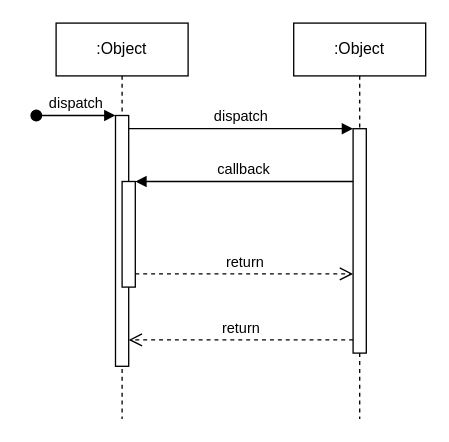
The draw.io diagram 时序图.drawio in geekxcan/Living-Story, before the edit. Source tidied: cells renumbered, new cells numbered last; positions are measured from the earlier drawing's top-left corner, leaving out a move shared by most shapes. Both pictures are drawn from the tidied source at 132%, with x=0, y=0 at pixel (36, 22).
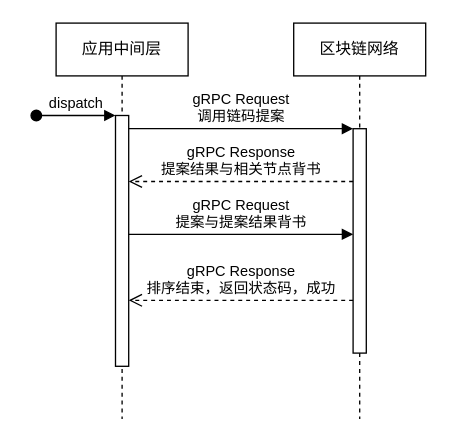
After the change.

Commit message:
更新时序图.drawio

Diff of the diagram source:
```diff
@@
 <mxGraphModel>
   <root>
     <mxCell id="0" />
     <mxCell id="1" parent="0" />
-    <mxCell id="2" value=":Object" style="shape=umlLifeline;perimeter=lifelinePerimeter;whiteSpace=wrap;html=1;newEdgeStyle={&quot;edgeStyle&quot;:&quot;elbowEdgeStyle&quot;,&quot;elbow&quot;:&quot;vertical&quot;,&quot;curved&quot;:0,&quot;rounded&quot;:0};" parent="1" vertex="1">
+    <mxCell id="2" value="应用中间层" style="shape=umlLifeline;perimeter=lifelinePerimeter;whiteSpace=wrap;html=1;newEdgeStyle={&quot;edgeStyle&quot;:&quot;elbowEdgeStyle&quot;,&quot;elbow&quot;:&quot;vertical&quot;,&quot;curved&quot;:0,&quot;rounded&quot;:0};" parent="1" vertex="1">
       <mxGeometry x="15" width="100" height="300" as="geometry" />
     </mxCell>
     <mxCell id="3" style="html=1;points=[];perimeter=orthogonalPerimeter;outlineConnect=0;targetShapes=umlLifeline;portConstraint=eastwest;newEdgeStyle={&quot;edgeStyle&quot;:&quot;elbowEdgeStyle&quot;,&quot;elbow&quot;:&quot;vertical&quot;,&quot;curved&quot;:0,&quot;rounded&quot;:0};" parent="2" vertex="1">
       <mxGeometry x="45" y="70" width="10" height="190" as="geometry" />
     </mxCell>
     <mxCell id="4" value="dispatch" style="html=1;verticalAlign=bottom;startArrow=oval;endArrow=block;startSize=8;edgeStyle=elbowEdgeStyle;elbow=vertical;curved=0;rounded=0;" parent="2" edge="1" target="3">
       <mxGeometry relative="1" as="geometry">
         <mxPoint x="-15" y="70" as="sourcePoint" />
       </mxGeometry>
     </mxCell>
-    <mxCell id="5" style="html=1;points=[];perimeter=orthogonalPerimeter;outlineConnect=0;targetShapes=umlLifeline;portConstraint=eastwest;newEdgeStyle={&quot;edgeStyle&quot;:&quot;elbowEdgeStyle&quot;,&quot;elbow&quot;:&quot;vertical&quot;,&quot;curved&quot;:0,&quot;rounded&quot;:0};" parent="2" vertex="1">
-      <mxGeometry x="50" y="120" width="10" height="80" as="geometry" />
-    </mxCell>
-    <mxCell id="6" value=":Object" style="shape=umlLifeline;perimeter=lifelinePerimeter;whiteSpace=wrap;html=1;newEdgeStyle={&quot;edgeStyle&quot;:&quot;elbowEdgeStyle&quot;,&quot;elbow&quot;:&quot;vertical&quot;,&quot;curved&quot;:0,&quot;rounded&quot;:0};" parent="1" vertex="1">
+    <mxCell id="6" value="区块链网络" style="shape=umlLifeline;perimeter=lifelinePerimeter;whiteSpace=wrap;html=1;newEdgeStyle={&quot;edgeStyle&quot;:&quot;elbowEdgeStyle&quot;,&quot;elbow&quot;:&quot;vertical&quot;,&quot;curved&quot;:0,&quot;rounded&quot;:0};" parent="1" vertex="1">
       <mxGeometry x="195" width="100" height="300" as="geometry" />
     </mxCell>
     <mxCell id="7" style="html=1;points=[];perimeter=orthogonalPerimeter;outlineConnect=0;targetShapes=umlLifeline;portConstraint=eastwest;newEdgeStyle={&quot;edgeStyle&quot;:&quot;elbowEdgeStyle&quot;,&quot;elbow&quot;:&quot;vertical&quot;,&quot;curved&quot;:0,&quot;rounded&quot;:0};" parent="6" vertex="1">
       <mxGeometry x="45" y="80" width="10" height="170" as="geometry" />
     </mxCell>
-    <mxCell id="8" value="dispatch" style="html=1;verticalAlign=bottom;endArrow=block;edgeStyle=elbowEdgeStyle;elbow=vertical;curved=0;rounded=0;" parent="1" edge="1" source="3" target="7">
+    <mxCell id="8" value="gRPC Request&lt;br&gt;调用链码提案" style="html=1;verticalAlign=bottom;endArrow=block;edgeStyle=elbowEdgeStyle;elbow=vertical;curved=0;rounded=0;" parent="1" edge="1" source="3" target="7">
       <mxGeometry relative="1" as="geometry">
         <Array as="points">
           <mxPoint x="155" y="80" />
         </Array>
       </mxGeometry>
     </mxCell>
-    <mxCell id="9" value="return" style="html=1;verticalAlign=bottom;endArrow=open;dashed=1;endSize=8;edgeStyle=elbowEdgeStyle;elbow=vertical;curved=0;rounded=0;" parent="1" edge="1" source="7" target="3">
-      <mxGeometry relative="1" as="geometry">
-        <Array as="points">
-          <mxPoint x="165" y="240" />
-        </Array>
-      </mxGeometry>
-    </mxCell>
-    <mxCell id="10" value="callback" style="html=1;verticalAlign=bottom;endArrow=block;edgeStyle=elbowEdgeStyle;elbow=vertical;curved=0;rounded=0;" parent="1" edge="1" source="7" target="5">
-      <mxGeometry relative="1" as="geometry">
-        <Array as="points">
-          <mxPoint x="165" y="120" />
-        </Array>
-      </mxGeometry>
-    </mxCell>
-    <mxCell id="11" value="return" style="html=1;verticalAlign=bottom;endArrow=open;dashed=1;endSize=8;edgeStyle=elbowEdgeStyle;elbow=vertical;curved=0;rounded=0;" parent="1" edge="1" source="5" target="7">
-      <mxGeometry relative="1" as="geometry">
-        <Array as="points">
-          <mxPoint x="155" y="190" />
-        </Array>
-      </mxGeometry>
-    </mxCell>
+    <mxCell id="12" value="gRPC Response&lt;br&gt;提案结果与相关节点背书" style="html=1;verticalAlign=bottom;endArrow=open;dashed=1;endSize=8;edgeStyle=elbowEdgeStyle;elbow=vertical;curved=0;rounded=0;" parent="1" edge="1" source="7" target="3">
+      <mxGeometry relative="1" as="geometry">
+        <Array as="points">
+          <mxPoint x="145" y="120" />
+          <mxPoint x="165" y="140" />
+        </Array>
+      </mxGeometry>
+    </mxCell>
+    <mxCell id="13" value="gRPC Request&lt;br&gt;提案与提案结果背书" style="html=1;verticalAlign=bottom;endArrow=block;edgeStyle=elbowEdgeStyle;elbow=vertical;curved=0;rounded=0;" parent="1" edge="1" source="3" target="7">
+      <mxGeometry relative="1" as="geometry">
+        <Array as="points">
+          <mxPoint x="205" y="160" />
+          <mxPoint x="165" y="90" />
+        </Array>
+      </mxGeometry>
+    </mxCell>
+    <mxCell id="14" value="gRPC Response&lt;br&gt;排序结束，返回状态码，成功" style="html=1;verticalAlign=bottom;endArrow=open;dashed=1;endSize=8;edgeStyle=elbowEdgeStyle;elbow=vertical;curved=0;rounded=0;" parent="1" edge="1" source="7" target="3">
+      <mxGeometry relative="1" as="geometry">
+        <Array as="points">
+          <mxPoint x="155" y="210" />
+          <mxPoint x="175" y="150" />
+        </Array>
+      </mxGeometry>
+    </mxCell>
   </root>
 </mxGraphModel>
```
